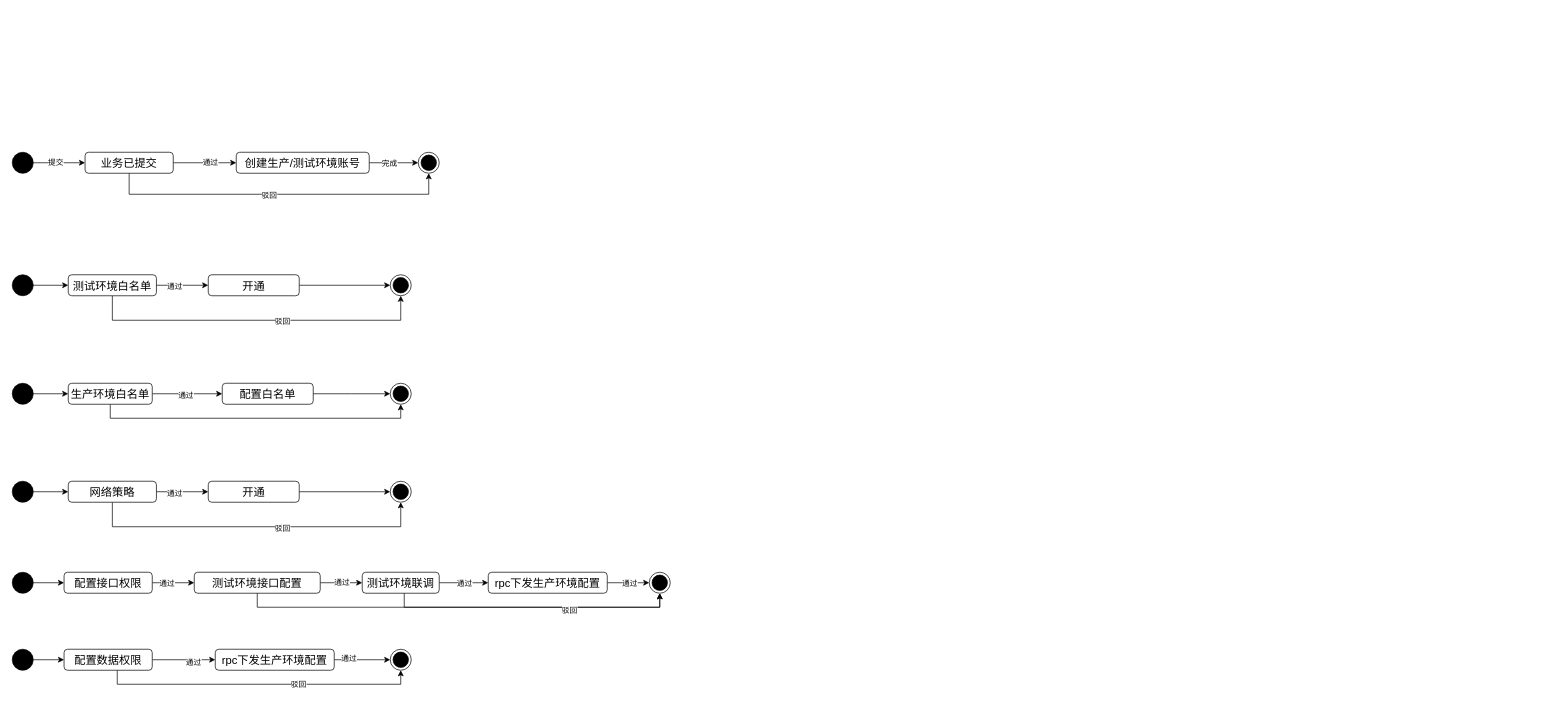
Earlier version of the draw.io diagram page "第 2 页" (2 of 2) of 互联网生态合作支撑平台.drawio (hujun8610/doc). Source tidied: cells renumbered, new cells numbered last; positions are measured from the earlier drawing's top-left corner, leaving out a move shared by most shapes. Both pictures are drawn from the tidied source at 70%, with x=0, y=0 at pixel (12, 152).
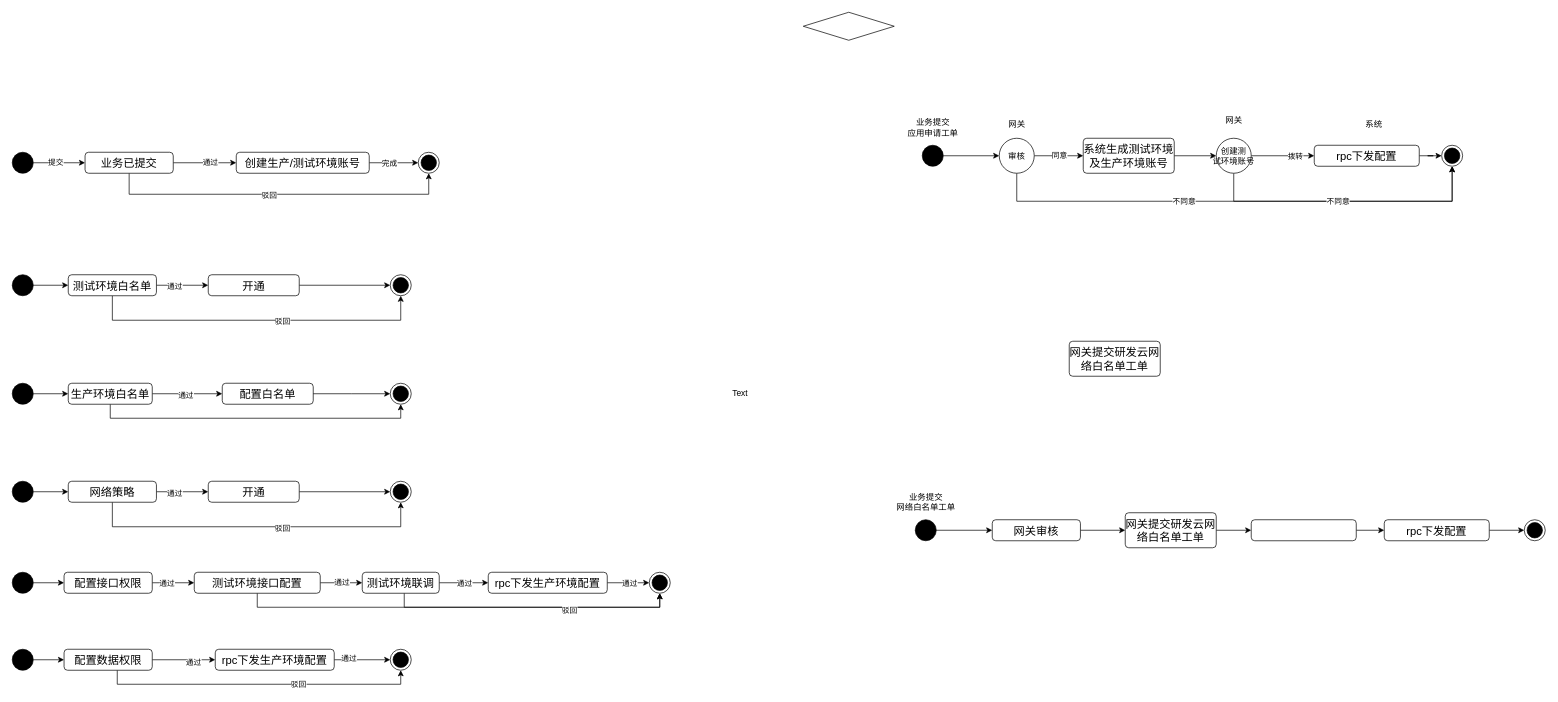
Above is the later version.

Commit message (it also covers changes not shown here):
更新互联网生态合作支撑平台.drawio

Diff of the diagram source:
```diff
@@
+    <mxCell id="72" style="edgeStyle=orthogonalEdgeStyle;rounded=0;jettySize=auto;html=1;" parent="1" edge="1" source="73" target="94">
+      <mxGeometry relative="1" as="geometry" />
+    </mxCell>
+    <mxCell id="73" style="ellipse;fillColor=strokeColor;html=1;" parent="1" vertex="1">
+      <mxGeometry x="1300" y="-10" width="30" height="30" as="geometry" />
+    </mxCell>
+    <mxCell id="74" value="Text" style="text;html=1;strokeColor=none;fillColor=none;align=center;verticalAlign=middle;whiteSpace=wrap;rounded=0;" parent="1" vertex="1">
+      <mxGeometry x="1010" y="330" width="60" height="30" as="geometry" />
+    </mxCell>
+    <mxCell id="75" value="业务提交&lt;br&gt;应用申请工单" style="text;html=1;align=center;verticalAlign=middle;strokeColor=none;fillColor=none;" parent="1" vertex="1">
+      <mxGeometry x="1265" y="-55" width="100" height="40" as="geometry" />
+    </mxCell>
+    <mxCell id="76" style="edgeStyle=orthogonalEdgeStyle;rounded=0;jettySize=auto;html=1;entryX=0;entryY=0.5;entryDx=0;entryDy=0;" parent="1" edge="1" source="77" target="80">
+      <mxGeometry relative="1" as="geometry" />
+    </mxCell>
+    <mxCell id="77" style="ellipse;fillColor=strokeColor;html=1;" parent="1" vertex="1">
+      <mxGeometry x="1290" y="525" width="30" height="30" as="geometry" />
+    </mxCell>
+    <mxCell id="78" value="业务提交&lt;br&gt;网络白名单工单" style="text;html=1;align=center;verticalAlign=middle;strokeColor=none;fillColor=none;" parent="1" vertex="1">
+      <mxGeometry x="1250" y="480" width="110" height="40" as="geometry" />
+    </mxCell>
+    <mxCell id="79" style="edgeStyle=orthogonalEdgeStyle;rounded=0;jettySize=auto;html=1;" parent="1" edge="1" source="80" target="82">
+      <mxGeometry relative="1" as="geometry" />
+    </mxCell>
+    <mxCell id="80" value="网关审核" style="html=1;align=center;verticalAlign=top;rounded=1;absoluteArcSize=1;arcSize=10;dashed=0;whiteSpace=wrap;fontSize=16;" parent="1" vertex="1">
+      <mxGeometry x="1400" y="525" width="126" height="30" as="geometry" />
+    </mxCell>
+    <mxCell id="81" style="edgeStyle=orthogonalEdgeStyle;rounded=0;jettySize=auto;html=1;" parent="1" edge="1" source="82" target="84">
+      <mxGeometry relative="1" as="geometry" />
+    </mxCell>
+    <mxCell id="82" value="网关提交研发云网络白名单工单" style="html=1;align=center;verticalAlign=top;rounded=1;absoluteArcSize=1;arcSize=10;dashed=0;whiteSpace=wrap;fontSize=16;" parent="1" vertex="1">
+      <mxGeometry x="1590" y="515" width="130" height="50" as="geometry" />
+    </mxCell>
+    <mxCell id="83" style="edgeStyle=orthogonalEdgeStyle;rounded=0;jettySize=auto;html=1;" parent="1" edge="1" source="84" target="86">
+      <mxGeometry relative="1" as="geometry" />
+    </mxCell>
+    <mxCell id="84" style="html=1;align=center;verticalAlign=top;rounded=1;absoluteArcSize=1;arcSize=10;dashed=0;whiteSpace=wrap;fontSize=16;" parent="1" vertex="1">
+      <mxGeometry x="1770" y="525" width="150" height="30" as="geometry" />
+    </mxCell>
+    <mxCell id="85" style="edgeStyle=orthogonalEdgeStyle;rounded=0;jettySize=auto;html=1;" parent="1" edge="1" source="86" target="87">
+      <mxGeometry relative="1" as="geometry" />
+    </mxCell>
+    <mxCell id="86" value="rpc下发配置" style="html=1;align=center;verticalAlign=top;rounded=1;absoluteArcSize=1;arcSize=10;dashed=0;whiteSpace=wrap;fontSize=16;" parent="1" vertex="1">
+      <mxGeometry x="1960" y="525" width="150" height="30" as="geometry" />
+    </mxCell>
+    <mxCell id="87" style="ellipse;html=1;shape=endState;fillColor=strokeColor;" parent="1" vertex="1">
+      <mxGeometry x="2160" y="525" width="30" height="30" as="geometry" />
+    </mxCell>
+    <mxCell id="88" style="ellipse;html=1;shape=endState;fillColor=strokeColor;" parent="1" vertex="1">
+      <mxGeometry x="2042" y="-10" width="30" height="30" as="geometry" />
+    </mxCell>
+    <mxCell id="89" style="rhombus;whiteSpace=wrap;html=1;" parent="1" vertex="1">
+      <mxGeometry x="1130" y="-200" width="130" height="40" as="geometry" />
+    </mxCell>
+    <mxCell id="90" style="edgeStyle=orthogonalEdgeStyle;rounded=0;jettySize=auto;html=1;" parent="1" edge="1" source="94" target="97">
+      <mxGeometry relative="1" as="geometry" />
+    </mxCell>
+    <mxCell id="91" value="同意" style="edgeLabel;html=1;align=center;verticalAlign=middle;" parent="90" vertex="1">
+      <mxGeometry x="0.01" y="1" relative="1" as="geometry" />
+    </mxCell>
+    <mxCell id="92" style="edgeStyle=orthogonalEdgeStyle;rounded=0;jettySize=auto;html=1;entryX=0.5;entryY=1;entryDx=0;entryDy=0;exitX=0.5;exitY=1;exitDx=0;exitDy=0;" parent="1" edge="1" source="94" target="88">
+      <mxGeometry relative="1" as="geometry">
+        <Array as="points">
+          <mxPoint x="1435" y="70" />
+          <mxPoint x="2057" y="70" />
+        </Array>
+      </mxGeometry>
+    </mxCell>
+    <mxCell id="93" value="不同意" style="edgeLabel;html=1;align=center;verticalAlign=middle;" parent="92" vertex="1">
+      <mxGeometry x="-0.22" relative="1" as="geometry" />
+    </mxCell>
+    <mxCell id="94" value="审核" style="ellipse;" parent="1" vertex="1">
+      <mxGeometry x="1410" y="-20" width="50" height="50" as="geometry" />
+    </mxCell>
+    <mxCell id="95" value="网关提交研发云网络白名单工单" style="html=1;align=center;verticalAlign=top;rounded=1;absoluteArcSize=1;arcSize=10;dashed=0;whiteSpace=wrap;fontSize=16;" parent="1" vertex="1">
+      <mxGeometry x="1510" y="270" width="130" height="50" as="geometry" />
+    </mxCell>
+    <mxCell id="96" style="edgeStyle=orthogonalEdgeStyle;rounded=0;jettySize=auto;html=1;entryX=0;entryY=0.5;entryDx=0;entryDy=0;" parent="1" edge="1" source="97" target="102">
+      <mxGeometry relative="1" as="geometry" />
+    </mxCell>
+    <mxCell id="97" value="系统生成测试环境及生产环境账号" style="html=1;align=center;verticalAlign=top;rounded=1;absoluteArcSize=1;arcSize=10;dashed=0;whiteSpace=wrap;fontSize=16;" parent="1" vertex="1">
+      <mxGeometry x="1530" y="-20" width="130" height="50" as="geometry" />
+    </mxCell>
+    <mxCell id="98" style="edgeStyle=orthogonalEdgeStyle;rounded=0;jettySize=auto;html=1;" parent="1" edge="1" source="102" target="106">
+      <mxGeometry relative="1" as="geometry" />
+    </mxCell>
+    <mxCell id="99" value="拨转" style="edgeLabel;html=1;align=center;verticalAlign=middle;" parent="98" vertex="1">
+      <mxGeometry x="0.38" relative="1" as="geometry" />
+    </mxCell>
+    <mxCell id="100" style="edgeStyle=orthogonalEdgeStyle;rounded=0;jettySize=auto;html=1;entryX=0.5;entryY=1;entryDx=0;entryDy=0;exitX=0.5;exitY=1;exitDx=0;exitDy=0;" parent="1" edge="1" source="102" target="88">
+      <mxGeometry relative="1" as="geometry">
+        <Array as="points">
+          <mxPoint x="1745" y="70" />
+          <mxPoint x="2057" y="70" />
+        </Array>
+      </mxGeometry>
+    </mxCell>
+    <mxCell id="101" value="不同意" style="edgeLabel;html=1;align=center;verticalAlign=middle;" parent="100" vertex="1">
+      <mxGeometry x="-0.07" y="1" relative="1" as="geometry">
+        <mxPoint x="1" as="offset" />
+      </mxGeometry>
+    </mxCell>
+    <mxCell id="102" value="创建测&#10;试环境账号" style="ellipse;" parent="1" vertex="1">
+      <mxGeometry x="1720" y="-20" width="50" height="50" as="geometry" />
+    </mxCell>
+    <mxCell id="103" value="网关" style="text;html=1;align=center;verticalAlign=middle;strokeColor=none;fillColor=none;" parent="1" vertex="1">
+      <mxGeometry x="1410" y="-55" width="50" height="30" as="geometry" />
+    </mxCell>
+    <mxCell id="104" value="网关" style="text;html=1;align=center;verticalAlign=middle;strokeColor=none;fillColor=none;" parent="1" vertex="1">
+      <mxGeometry x="1720" y="-60" width="50" height="30" as="geometry" />
+    </mxCell>
+    <mxCell id="105" style="edgeStyle=orthogonalEdgeStyle;rounded=0;jettySize=auto;html=1;" parent="1" edge="1" source="106" target="88">
+      <mxGeometry relative="1" as="geometry" />
+    </mxCell>
+    <mxCell id="106" value="rpc下发配置" style="html=1;align=center;verticalAlign=top;rounded=1;absoluteArcSize=1;arcSize=10;dashed=0;whiteSpace=wrap;fontSize=16;" parent="1" vertex="1">
+      <mxGeometry x="1860" y="-10" width="150" height="30" as="geometry" />
+    </mxCell>
+    <mxCell id="107" value="系统" style="text;html=1;align=center;verticalAlign=middle;strokeColor=none;fillColor=none;" parent="1" vertex="1">
+      <mxGeometry x="1920" y="-55" width="50" height="30" as="geometry" />
+    </mxCell>
```
